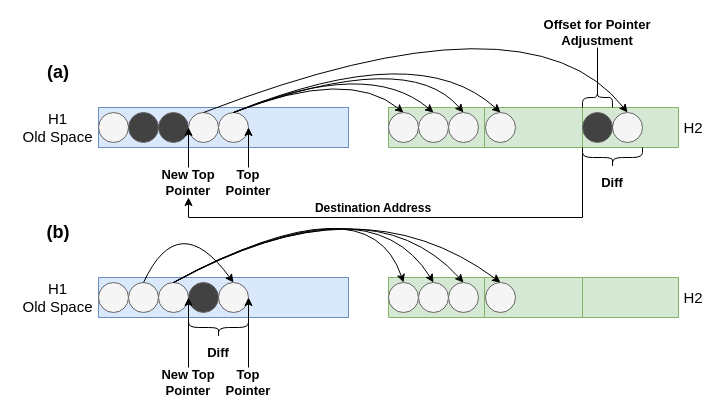
KonstDelis/hotOS-25-design keeps this draw.io diagram as design_transfer.drawio. Above is the earlier version. Source tidied: cells renumbered, new cells numbered last; positions are measured from the earlier drawing's top-left corner, leaving out a move shared by most shapes. Both pictures are drawn from the tidied source at 100%, with x=0, y=0 at pixel (17, -13).
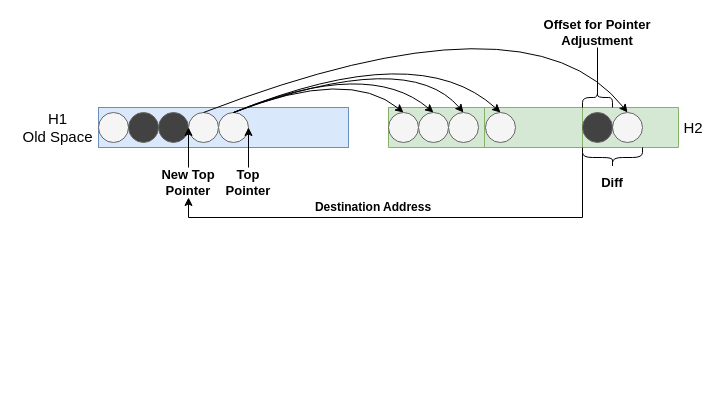
After the change.

What changed in the source:
```diff
@@
-    <mxCell id="33" style="rounded=0;whiteSpace=wrap;html=1;fillColor=#dae8fc;strokeColor=#6c8ebf;" parent="1" vertex="1">
-      <mxGeometry x="81" y="290" width="250" height="40" as="geometry" />
-    </mxCell>
-    <mxCell id="34" style="shape=table;startSize=0;childLayout=tableLayout;fillColor=#d5e8d4;strokeColor=#82b366;" parent="1" vertex="1">
-      <mxGeometry x="371" y="290" width="290" height="40" as="geometry" />
-    </mxCell>
-    <mxCell id="35" style="shape=tableRow;horizontal=0;startSize=0;swimlaneHead=0;swimlaneBody=0;strokeColor=inherit;top=0;left=0;bottom=0;right=0;fillColor=none;" parent="34" vertex="1">
-      <mxGeometry width="290" height="40" as="geometry" />
-    </mxCell>
-    <mxCell id="36" style="shape=partialRectangle;html=1;whiteSpace=wrap;strokeColor=inherit;overflow=hidden;fillColor=none;top=0;left=0;bottom=0;right=0;" parent="35" vertex="1">
-      <mxGeometry width="96" height="40" as="geometry" />
-    </mxCell>
-    <mxCell id="37" style="shape=partialRectangle;html=1;whiteSpace=wrap;strokeColor=inherit;overflow=hidden;fillColor=none;top=0;left=0;bottom=0;right=0;" parent="35" vertex="1">
-      <mxGeometry x="96" width="98" height="40" as="geometry" />
-    </mxCell>
-    <mxCell id="38" style="shape=partialRectangle;html=1;whiteSpace=wrap;strokeColor=inherit;overflow=hidden;fillColor=none;top=0;left=0;bottom=0;right=0;" parent="35" vertex="1">
-      <mxGeometry x="194" width="96" height="40" as="geometry" />
-    </mxCell>
-    <mxCell id="39" value="&lt;font style=&quot;font-size: 15px;&quot;&gt;H1&lt;br&gt;Old Space&lt;/font&gt;" style="text;html=1;align=center;verticalAlign=middle;whiteSpace=wrap;rounded=0;" parent="1" vertex="1">
-      <mxGeometry y="290" width="81" height="40" as="geometry" />
-    </mxCell>
-    <mxCell id="40" value="&lt;span style=&quot;font-size: 15px;&quot;&gt;H2&lt;/span&gt;" style="text;html=1;align=center;verticalAlign=middle;whiteSpace=wrap;rounded=0;" parent="1" vertex="1">
-      <mxGeometry x="661" y="290" width="30" height="40" as="geometry" />
-    </mxCell>
-    <mxCell id="41" style="ellipse;whiteSpace=wrap;html=1;fillColor=#f5f5f5;fontColor=#333333;strokeColor=#666666;" parent="1" vertex="1">
-      <mxGeometry x="81" y="295" width="30" height="30" as="geometry" />
-    </mxCell>
-    <mxCell id="42" style="ellipse;whiteSpace=wrap;html=1;fillColor=#f5f5f5;fontColor=#333333;strokeColor=#666666;" parent="1" vertex="1">
-      <mxGeometry x="111" y="295" width="30" height="30" as="geometry" />
-    </mxCell>
-    <mxCell id="43" style="ellipse;whiteSpace=wrap;html=1;fillColor=#f5f5f5;fontColor=#333333;strokeColor=#666666;" parent="1" vertex="1">
-      <mxGeometry x="141" y="295" width="30" height="30" as="geometry" />
-    </mxCell>
-    <mxCell id="44" style="ellipse;whiteSpace=wrap;html=1;fillColor=#f5f5f5;fontColor=#333333;strokeColor=#666666;" parent="1" vertex="1">
-      <mxGeometry x="371" y="295" width="30" height="30" as="geometry" />
-    </mxCell>
-    <mxCell id="45" style="ellipse;whiteSpace=wrap;html=1;fillColor=#f5f5f5;fontColor=#333333;strokeColor=#666666;" parent="1" vertex="1">
-      <mxGeometry x="401" y="295" width="30" height="30" as="geometry" />
-    </mxCell>
-    <mxCell id="46" style="ellipse;whiteSpace=wrap;html=1;fillColor=#f5f5f5;fontColor=#333333;strokeColor=#666666;" parent="1" vertex="1">
-      <mxGeometry x="431" y="295" width="30" height="30" as="geometry" />
-    </mxCell>
-    <mxCell id="47" style="ellipse;whiteSpace=wrap;html=1;fillColor=#f5f5f5;fontColor=#333333;strokeColor=#666666;" parent="1" vertex="1">
-      <mxGeometry x="201" y="295" width="30" height="30" as="geometry" />
-    </mxCell>
-    <mxCell id="48" style="ellipse;whiteSpace=wrap;html=1;fillColor=#424242;fontColor=#333333;strokeColor=#666666;" parent="1" vertex="1">
-      <mxGeometry x="171" y="295" width="30" height="30" as="geometry" />
-    </mxCell>
-    <mxCell id="49" style="curved=1;endArrow=classic;html=1;rounded=0;exitX=0.5;exitY=0;exitDx=0;exitDy=0;entryX=0.5;entryY=0;entryDx=0;entryDy=0;" parent="1" edge="1" source="42" target="47">
-      <mxGeometry relative="1" as="geometry">
-        <Array as="points">
-          <mxPoint x="161" y="220" />
-        </Array>
-      </mxGeometry>
-    </mxCell>
-    <mxCell id="50" style="curved=1;endArrow=classic;html=1;rounded=0;exitX=0.5;exitY=0;exitDx=0;exitDy=0;entryX=0.5;entryY=0;entryDx=0;entryDy=0;" parent="1" edge="1" source="43" target="44">
-      <mxGeometry relative="1" as="geometry">
-        <Array as="points">
-          <mxPoint x="351" y="190" />
-        </Array>
-      </mxGeometry>
-    </mxCell>
-    <mxCell id="51" style="curved=1;endArrow=classic;html=1;rounded=0;exitX=0.5;exitY=0;exitDx=0;exitDy=0;entryX=0.5;entryY=0;entryDx=0;entryDy=0;" parent="1" edge="1" source="43" target="45">
-      <mxGeometry relative="1" as="geometry">
-        <Array as="points">
-          <mxPoint x="351" y="190" />
-        </Array>
-      </mxGeometry>
-    </mxCell>
-    <mxCell id="52" style="curved=1;endArrow=classic;html=1;rounded=0;exitX=0.5;exitY=0;exitDx=0;exitDy=0;entryX=0.5;entryY=0;entryDx=0;entryDy=0;" parent="1" edge="1" source="43" target="46">
-      <mxGeometry relative="1" as="geometry">
-        <Array as="points">
-          <mxPoint x="351" y="190" />
-        </Array>
-      </mxGeometry>
-    </mxCell>
-    <mxCell id="53" style="endArrow=classic;html=1;rounded=0;exitX=0.5;exitY=0;exitDx=0;exitDy=0;entryX=1;entryY=0.5;entryDx=0;entryDy=0;" parent="1" edge="1" source="54" target="47">
-      <mxGeometry relative="1" as="geometry" />
-    </mxCell>
-    <mxCell id="54" value="&lt;b&gt;&lt;font style=&quot;font-size: 13px;&quot;&gt;Top Pointer&lt;/font&gt;&lt;/b&gt;" style="text;html=1;align=center;verticalAlign=middle;whiteSpace=wrap;rounded=0;" parent="1" vertex="1">
-      <mxGeometry x="201" y="380" width="60" height="30" as="geometry" />
-    </mxCell>
-    <mxCell id="55" style="endArrow=classic;html=1;rounded=0;entryX=1;entryY=0.5;entryDx=0;entryDy=0;exitX=0.5;exitY=0;exitDx=0;exitDy=0;" parent="1" edge="1" source="56">
-      <mxGeometry relative="1" as="geometry">
-        <mxPoint x="171" y="310" as="targetPoint" />
-      </mxGeometry>
-    </mxCell>
-    <mxCell id="56" value="&lt;b&gt;&lt;font style=&quot;font-size: 13px;&quot;&gt;New Top Pointer&lt;/font&gt;&lt;/b&gt;" style="text;html=1;align=center;verticalAlign=middle;whiteSpace=wrap;rounded=0;" parent="1" vertex="1">
-      <mxGeometry x="141" y="380" width="60" height="30" as="geometry" />
-    </mxCell>
-    <mxCell id="57" style="ellipse;whiteSpace=wrap;html=1;fillColor=#f5f5f5;fontColor=#333333;strokeColor=#666666;" parent="1" vertex="1">
-      <mxGeometry x="468" y="295" width="30" height="30" as="geometry" />
-    </mxCell>
-    <mxCell id="58" style="curved=1;endArrow=classic;html=1;rounded=0;exitX=0.5;exitY=0;exitDx=0;exitDy=0;entryX=0.5;entryY=0;entryDx=0;entryDy=0;" parent="1" edge="1" source="43" target="57">
-      <mxGeometry relative="1" as="geometry">
-        <Array as="points">
-          <mxPoint x="341" y="190" />
-        </Array>
-      </mxGeometry>
-    </mxCell>
-    <mxCell id="59" style="shape=curlyBracket;whiteSpace=wrap;html=1;rounded=1;flipH=1;labelPosition=right;verticalLabelPosition=middle;align=left;verticalAlign=middle;rotation=90;" parent="1" vertex="1">
-      <mxGeometry x="191" y="310" width="20" height="60" as="geometry" />
-    </mxCell>
-    <mxCell id="60" value="&lt;b&gt;&lt;font style=&quot;font-size: 13px;&quot;&gt;Diff&lt;/font&gt;&lt;/b&gt;" style="text;html=1;align=center;verticalAlign=middle;whiteSpace=wrap;rounded=0;" parent="1" vertex="1">
-      <mxGeometry x="171" y="350" width="60" height="30" as="geometry" />
-    </mxCell>
-    <mxCell id="61" value="&lt;b&gt;&lt;font style=&quot;font-size: 18px;&quot;&gt;(a)&lt;/font&gt;&lt;/b&gt;" style="text;html=1;align=center;verticalAlign=middle;whiteSpace=wrap;rounded=0;" parent="1" vertex="1">
-      <mxGeometry x="10.5" y="70" width="60" height="30" as="geometry" />
-    </mxCell>
-    <mxCell id="62" value="&lt;b&gt;&lt;font style=&quot;font-size: 18px;&quot;&gt;(b)&lt;/font&gt;&lt;/b&gt;" style="text;html=1;align=center;verticalAlign=middle;whiteSpace=wrap;rounded=0;" parent="1" vertex="1">
-      <mxGeometry x="10.5" y="230" width="60" height="30" as="geometry" />
-    </mxCell>
@@
     <mxCell id="66" value="&lt;b&gt;Destination Address&lt;/b&gt;" style="text;html=1;align=center;verticalAlign=middle;whiteSpace=wrap;rounded=0;" parent="1" vertex="1">
-      <mxGeometry x="296" y="206" width="120" height="30" as="geometry" />
+      <mxGeometry x="296" y="205" width="120" height="30" as="geometry" />
     </mxCell>
```
